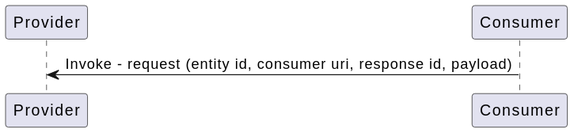
eclipse-ibeji/ibeji keeps this PlantUML diagram as docs/design/diagrams/invoke_sequence.svg. Above is the earlier version.
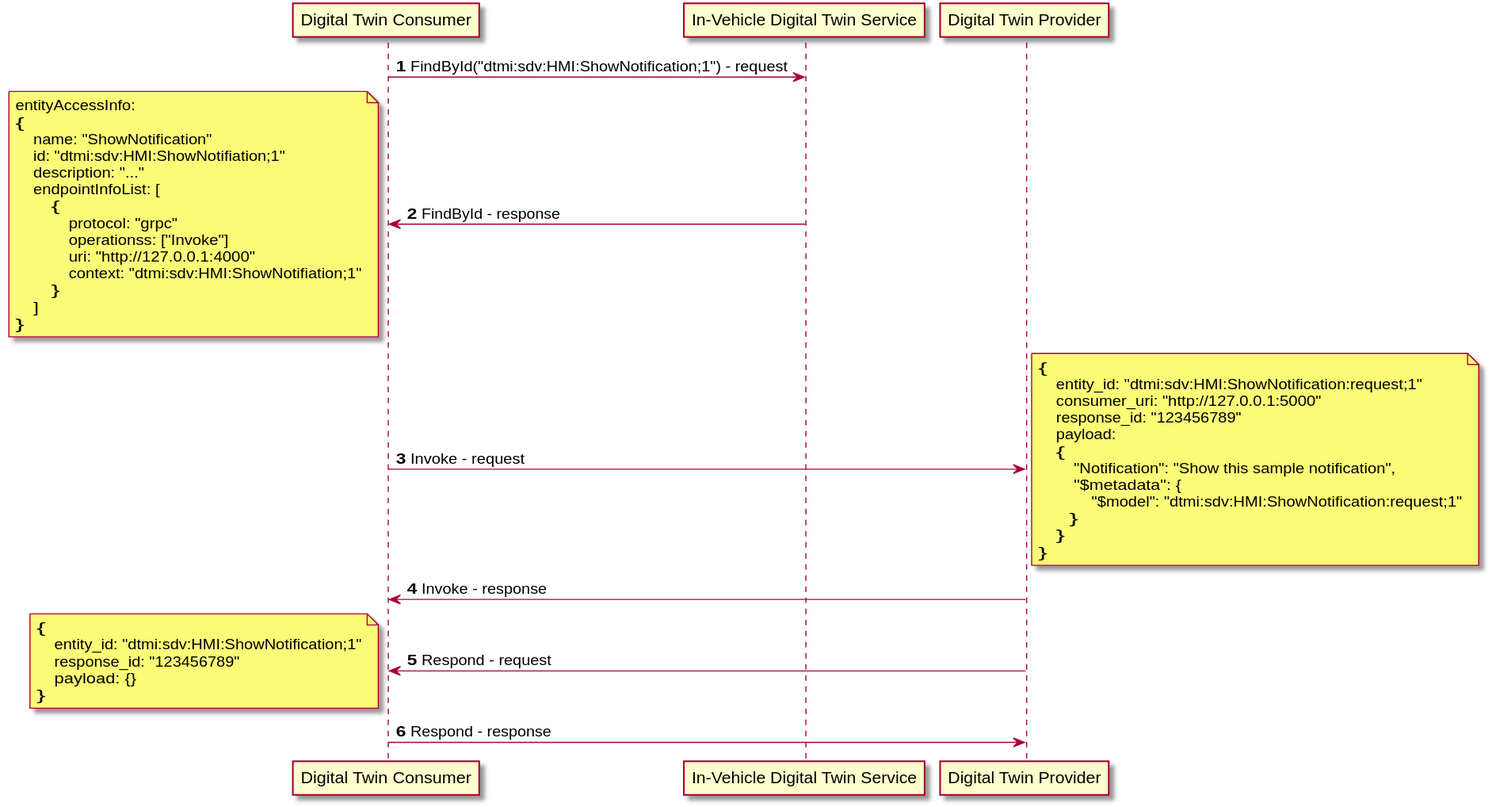
After the change.

The edit, as a diff of the source:
```diff
@@ -1,6 +1,53 @@
 @startuml
-participant "Provider"
-participant "Consumer"
 
-"Consumer" -> "Provider" : Invoke - request (entity id, consumer uri, response id, payload)
+autonumber
+
+"Digital Twin Consumer" -> "In-Vehicle Digital Twin Service" : FindById("dtmi:sdv:HMI:ShowNotification;1") - request
+"Digital Twin Consumer" <- "In-Vehicle Digital Twin Service" : FindById - response
+note left
+entityAccessInfo:
+{
+    name: "ShowNotification"
+    id: "dtmi:sdv:HMI:ShowNotifiation;1"
+    description: "..."
+    endpointInfoList: [
+        {
+            protocol: "grpc"
+            operationss: ["Invoke"]
+            uri: "http://127.0.0.1:4000"
+            context: "dtmi:sdv:HMI:ShowNotifiation;1"
+        }
+    ]
+}
+end note
+
+"Digital Twin Consumer" -> "Digital Twin Provider" : Invoke - request
+note right
+{
+    entity_id: "dtmi:sdv:HMI:ShowNotification:request;1"
+    consumer_uri: "http://127.0.0.1:5000"
+    response_id: "123456789"
+    payload:
+    {
+        "Notification": "Show this sample notification",
+        "$metadata": {
+            "$model": "dtmi:sdv:HMI:ShowNotification:request;1"
+       }
+    }
+}
+end note
+
+"Digital Twin Consumer" <- "Digital Twin Provider" : Invoke - response
+
+"Digital Twin Consumer" <- "Digital Twin Provider" : Respond - request
+note left
+{
+    entity_id: "dtmi:sdv:HMI:ShowNotification;1"
+    response_id: "123456789"
+    payload: {}
+}
+end note
+
+"Digital Twin Consumer" -> "Digital Twin Provider" : Respond - response
+
 @enduml
```
